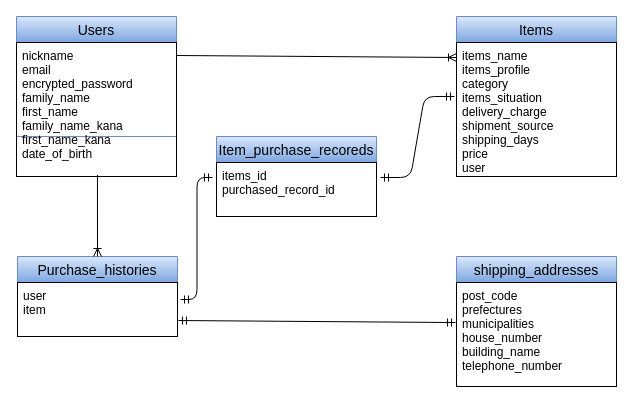
The draw.io diagram furima-37257.dio in chiharu05/furima-37257, before the edit. Source tidied: cells renumbered, new cells numbered last; positions are measured from the earlier drawing's top-left corner, leaving out a move shared by most shapes. Both pictures are drawn from the tidied source at 100%, with x=0, y=0 at pixel (16, 16).
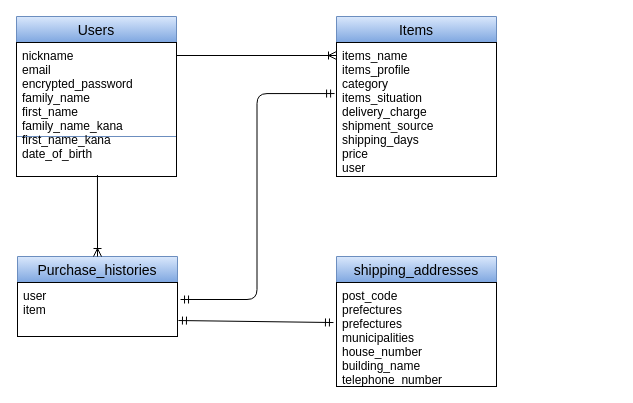
After the change.

Commit message (it also covers changes not shown here):
データベース設計の修正

What changed in the source:
```diff
@@
 <mxGraphModel background="#ffffff">
   <root>
     <mxCell id="0" />
     <mxCell id="1" parent="0" />
     <mxCell id="2" value="Users" style="swimlane;fontStyle=0;horizontal=1;startSize=26;align=center;fontSize=14;fillColor=#dae8fc;strokeColor=#6c8ebf;gradientColor=#7ea6e0;fontColor=#000000;" parent="1" vertex="1">
       <mxGeometry width="160" height="120" as="geometry" />
     </mxCell>
     <mxCell id="3" value="Purchase_histories" style="swimlane;fontStyle=0;horizontal=1;startSize=26;align=center;fontSize=14;fillColor=#dae8fc;strokeColor=#6c8ebf;gradientColor=#7ea6e0;fontColor=#000000;" parent="1" vertex="1">
       <mxGeometry x="1" y="240" width="160" height="80" as="geometry" />
     </mxCell>
     <mxCell id="4" value="user&#10;item" style="text;fillColor=none;spacingLeft=4;spacingRight=4;overflow=hidden;points=[[0,0.5],[1,0.5]];portConstraint=eastwest;fontSize=12;fontColor=#000000;labelBorderColor=none;strokeColor=#000000;" parent="3" vertex="1">
       <mxGeometry y="26" width="160" height="54" as="geometry" />
     </mxCell>
-    <mxCell id="5" value="Item_purchase_recoreds" style="swimlane;fontStyle=0;horizontal=1;startSize=26;align=center;fontSize=14;labelBorderColor=none;fillColor=#dae8fc;strokeColor=#6c8ebf;gradientColor=#7ea6e0;fontColor=#000000;" parent="1" vertex="1">
-      <mxGeometry x="200" y="120" width="160" height="80" as="geometry" />
-    </mxCell>
-    <mxCell id="6" value="items_id&#10;purchased_record_id" style="text;fillColor=none;spacingLeft=4;spacingRight=4;overflow=hidden;points=[[0,0.5],[1,0.5]];portConstraint=eastwest;fontSize=12;fontColor=#000000;labelBorderColor=none;strokeColor=#000000;" parent="5" vertex="1">
-      <mxGeometry y="26" width="160" height="54" as="geometry" />
-    </mxCell>
     <mxCell id="7" value="Items" style="swimlane;fontStyle=0;horizontal=1;startSize=26;align=center;fontSize=14;gradientColor=#7ea6e0;fillColor=#dae8fc;strokeColor=#6c8ebf;fontColor=#000000;" parent="1" vertex="1">
-      <mxGeometry x="440" width="160" height="160" as="geometry" />
+      <mxGeometry x="320" width="160" height="160" as="geometry" />
     </mxCell>
     <mxCell id="8" value="items_name&#10;items_profile&#10;category&#10;items_situation&#10;delivery_charge&#10;shipment_source&#10;shipping_days&#10;price&#10;user" style="text;fillColor=none;spacingLeft=4;spacingRight=4;overflow=hidden;points=[[0,0.5],[1,0.5]];portConstraint=eastwest;fontSize=12;fontColor=#000000;labelBorderColor=none;strokeColor=#000000;" parent="7" vertex="1">
       <mxGeometry y="26" width="160" height="134" as="geometry" />
     </mxCell>
     <mxCell id="9" value="shipping_addresses" style="swimlane;fontStyle=0;horizontal=1;startSize=26;align=center;fontSize=14;gradientColor=#7ea6e0;fillColor=#dae8fc;strokeColor=#6c8ebf;fontColor=#000000;" parent="1" vertex="1">
-      <mxGeometry x="440" y="240" width="160" height="130" as="geometry" />
+      <mxGeometry x="320" y="240" width="160" height="130" as="geometry" />
     </mxCell>
-    <mxCell id="10" value="post_code&#10;prefectures&#10;municipalities&#10;house_number&#10;building_name&#10;telephone_number" style="text;fillColor=none;spacingLeft=4;spacingRight=4;overflow=hidden;points=[[0,0.5],[1,0.5]];portConstraint=eastwest;fontSize=12;fontColor=#000000;labelBorderColor=none;strokeColor=#000000;" parent="9" vertex="1">
+    <mxCell id="10" value="post_code&#10;prefectures&#10;prefectures&#10;municipalities&#10;house_number&#10;building_name&#10;telephone_number" style="text;fillColor=none;spacingLeft=4;spacingRight=4;overflow=hidden;points=[[0,0.5],[1,0.5]];portConstraint=eastwest;fontSize=12;fontColor=#000000;labelBorderColor=none;strokeColor=#000000;" parent="9" vertex="1">
       <mxGeometry y="26" width="160" height="104" as="geometry" />
     </mxCell>
     <mxCell id="11" style="fontSize=12;html=1;endArrow=ERoneToMany;strokeColor=#000000;entryX=0.5;entryY=0;entryDx=0;entryDy=0;exitX=0.506;exitY=0.989;exitDx=0;exitDy=0;exitPerimeter=0;" parent="1" edge="1" source="14" target="3">
       <mxGeometry relative="1" as="geometry" />
     </mxCell>
-    <mxCell id="12" style="fontSize=12;html=1;endArrow=ERoneToMany;strokeColor=#000000;" parent="1" edge="1">
-      <mxGeometry relative="1" as="geometry">
-        <mxPoint x="160" y="39" as="sourcePoint" />
-        <mxPoint x="440" y="41" as="targetPoint" />
-      </mxGeometry>
+    <mxCell id="12" style="fontSize=12;html=1;endArrow=ERoneToMany;strokeColor=#000000;exitX=1;exitY=0.097;exitDx=0;exitDy=0;exitPerimeter=0;entryX=0;entryY=0.097;entryDx=0;entryDy=0;entryPerimeter=0;" parent="1" edge="1" source="14" target="8">
+      <mxGeometry relative="1" as="geometry" />
     </mxCell>
-    <mxCell id="13" style="fontSize=12;html=1;endArrow=ERmandOne;startArrow=ERmandOne;strokeColor=#000000;exitX=1.006;exitY=0.704;exitDx=0;exitDy=0;exitPerimeter=0;entryX=-0.006;entryY=0.385;entryDx=0;entryDy=0;entryPerimeter=0;" parent="1" edge="1" source="4" target="10">
+    <mxCell id="13" style="fontSize=12;html=1;endArrow=ERmandOne;startArrow=ERmandOne;strokeColor=#000000;exitX=1.006;exitY=0.704;exitDx=0;exitDy=0;exitPerimeter=0;entryX=-0.019;entryY=0.385;entryDx=0;entryDy=0;entryPerimeter=0;" parent="1" edge="1" source="4" target="10">
       <mxGeometry relative="1" as="geometry" />
     </mxCell>
     <mxCell id="14" value="nickname&#10;email&#10;encrypted_password&#10;family_name&#10;first_name&#10;family_name_kana&#10;first_name_kana&#10;date_of_birth" style="text;fillColor=none;spacingLeft=4;spacingRight=4;overflow=hidden;points=[[0,0.5],[1,0.5]];portConstraint=eastwest;fontSize=12;fontColor=#000000;labelBorderColor=none;strokeColor=#000000;" parent="1" vertex="1">
       <mxGeometry y="26" width="160" height="134" as="geometry" />
     </mxCell>
-    <mxCell id="15" style="edgeStyle=entityRelationEdgeStyle;fontSize=12;html=1;endArrow=ERmandOne;startArrow=ERmandOne;strokeColor=#000000;" parent="1" edge="1">
-      <mxGeometry relative="1" as="geometry">
-        <mxPoint x="364" y="161" as="sourcePoint" />
-        <mxPoint x="438" y="80" as="targetPoint" />
-      </mxGeometry>
-    </mxCell>
-    <mxCell id="16" style="edgeStyle=orthogonalEdgeStyle;fontSize=12;html=1;endArrow=ERmandOne;startArrow=ERmandOne;strokeColor=#000000;entryX=-0.025;entryY=0.278;entryDx=0;entryDy=0;entryPerimeter=0;exitX=1.019;exitY=0.315;exitDx=0;exitDy=0;exitPerimeter=0;" parent="1" edge="1" source="4" target="6">
+    <mxCell id="16" style="edgeStyle=orthogonalEdgeStyle;fontSize=12;html=1;endArrow=ERmandOne;startArrow=ERmandOne;strokeColor=#000000;exitX=1.019;exitY=0.315;exitDx=0;exitDy=0;exitPerimeter=0;entryX=-0.012;entryY=0.381;entryDx=0;entryDy=0;entryPerimeter=0;" parent="1" edge="1" source="4" target="8">
       <mxGeometry relative="1" as="geometry" />
     </mxCell>
   </root>
 </mxGraphModel>
```
